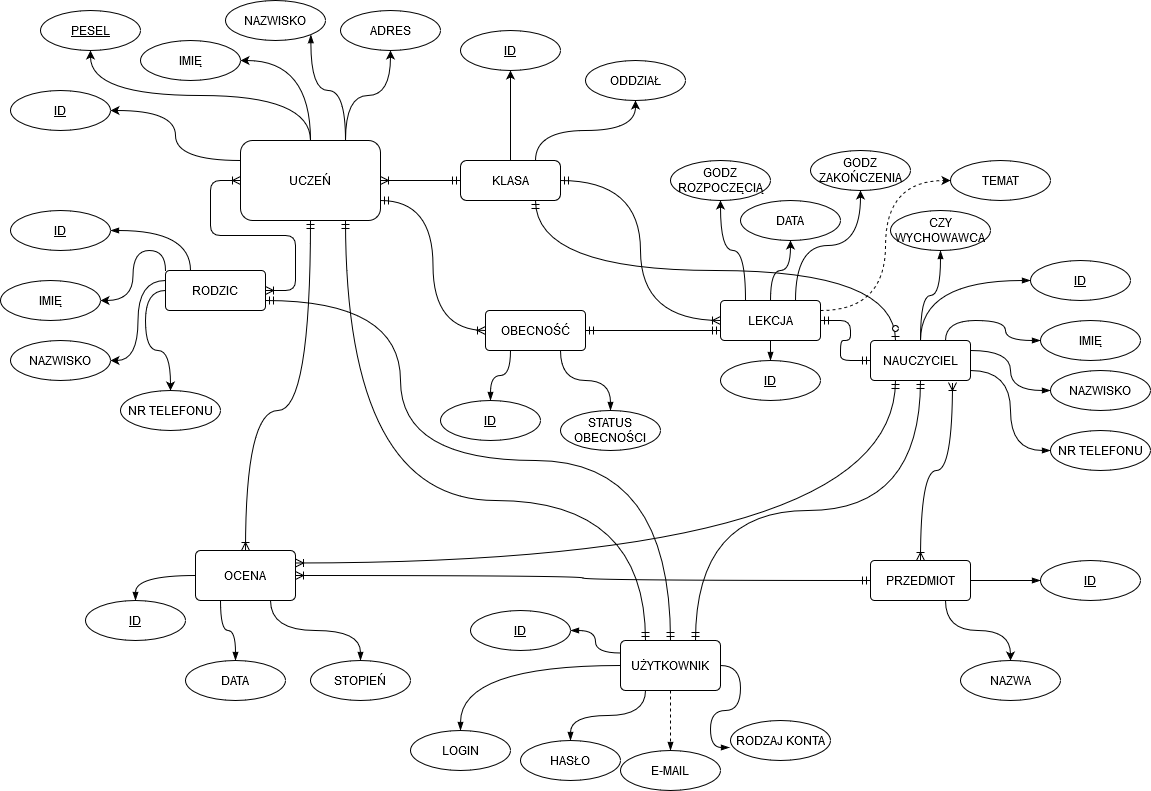
This is Modele/modele-Model Konceptualny.png from maciekpajak/BAZY_DANYCH_PROJEKT, a draw.io export, as it was before one commit. Source tidied: cells renumbered, new cells last; positions are measured from the earlier drawing's top-left corner, leaving out a move shared by most shapes.
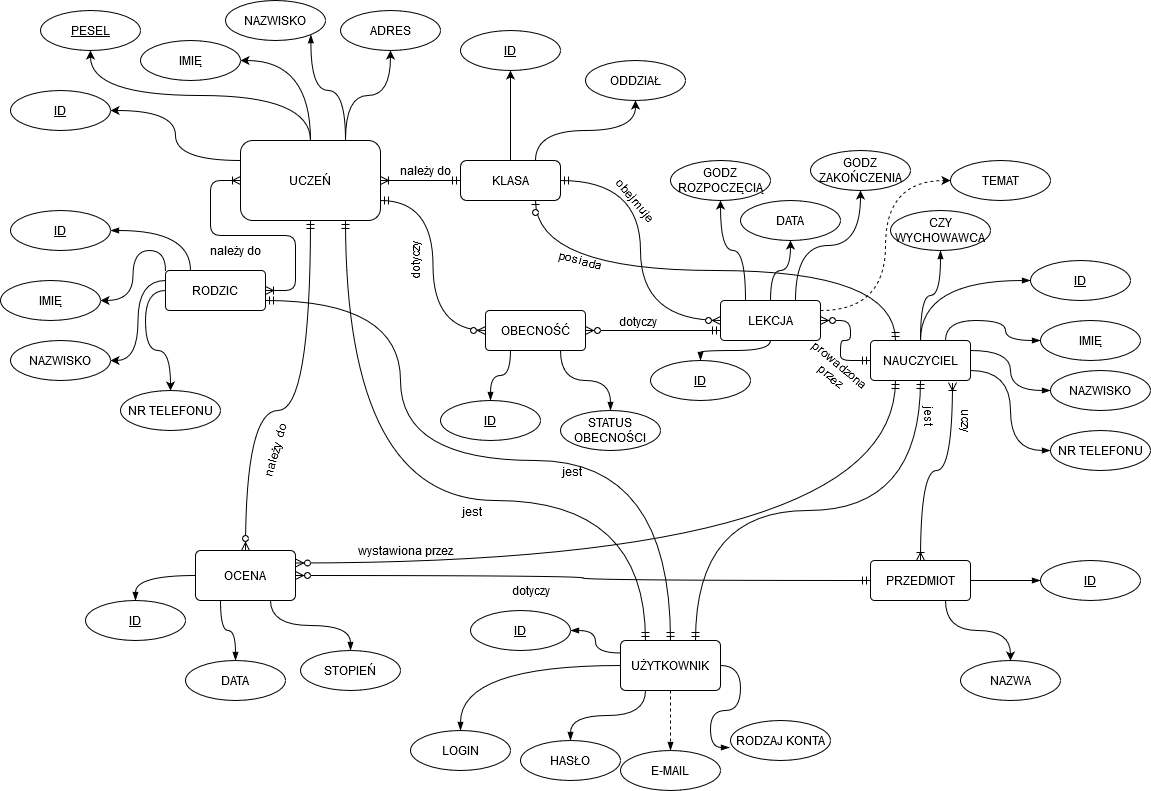
After the commit.

Diff of the diagram source:
```diff
@@ -11,10 +11,10 @@
     <mxCell id="4" style="edgeStyle=orthogonalEdgeStyle;curved=1;comic=0;jettySize=auto;html=1;exitX=0.5;exitY=0;exitDx=0;exitDy=0;entryX=1;entryY=0.5;entryDx=0;entryDy=0;shadow=0;strokeColor=#000000;" parent="1" edge="1" source="10" target="49">
       <mxGeometry relative="1" as="geometry" />
     </mxCell>
-    <mxCell id="5" style="edgeStyle=orthogonalEdgeStyle;curved=1;jettySize=auto;html=1;exitX=1;exitY=0.75;exitDx=0;exitDy=0;entryX=0;entryY=0.5;entryDx=0;entryDy=0;startArrow=ERmandOne;startFill=0;endArrow=ERoneToMany;endFill=0;" parent="1" edge="1" source="10" target="67">
+    <mxCell id="5" style="edgeStyle=orthogonalEdgeStyle;curved=1;jettySize=auto;html=1;exitX=1;exitY=0.75;exitDx=0;exitDy=0;entryX=0;entryY=0.5;entryDx=0;entryDy=0;startArrow=ERmandOne;startFill=0;endArrow=ERzeroToMany;endFill=1;" parent="1" edge="1" source="10" target="67">
       <mxGeometry relative="1" as="geometry" />
     </mxCell>
-    <mxCell id="6" style="edgeStyle=orthogonalEdgeStyle;curved=1;jettySize=auto;html=1;exitX=0.5;exitY=1;exitDx=0;exitDy=0;startArrow=ERmandOne;startFill=0;endArrow=ERoneToMany;endFill=0;entryX=0.5;entryY=0;entryDx=0;entryDy=0;" parent="1" edge="1" source="10" target="69">
+    <mxCell id="6" style="edgeStyle=orthogonalEdgeStyle;curved=1;jettySize=auto;html=1;exitX=0.5;exitY=1;exitDx=0;exitDy=0;startArrow=ERmandOne;startFill=0;endArrow=ERzeroToMany;endFill=1;entryX=0.5;entryY=0;entryDx=0;entryDy=0;" parent="1" edge="1" source="10" target="69">
       <mxGeometry relative="1" as="geometry">
         <Array as="points">
           <mxPoint x="310" y="410" />
@@ -33,6 +33,21 @@
         </Array>
       </mxGeometry>
     </mxCell>
+    <mxCell id="91" value="jest" style="edgeLabel;html=1;align=center;verticalAlign=middle;fontSize=12;" parent="8" vertex="1">
+      <mxGeometry x="-0.3" y="-3" relative="1" as="geometry">
+        <mxPoint x="128" y="38" as="offset" />
+      </mxGeometry>
+    </mxCell>
+    <mxCell id="92" value="jest" style="edgeLabel;html=1;align=center;verticalAlign=middle;fontSize=12;" parent="8" vertex="1">
+      <mxGeometry x="-0.3" y="-3" relative="1" as="geometry">
+        <mxPoint x="228" y="-2" as="offset" />
+      </mxGeometry>
+    </mxCell>
+    <mxCell id="93" value="jest" style="edgeLabel;html=1;align=center;verticalAlign=middle;fontSize=12;rotation=90;" parent="8" vertex="1">
+      <mxGeometry x="-0.3" y="-3" relative="1" as="geometry">
+        <mxPoint x="588" y="-58" as="offset" />
+      </mxGeometry>
+    </mxCell>
     <mxCell id="9" style="edgeStyle=orthogonalEdgeStyle;curved=1;jettySize=auto;html=1;exitX=0;exitY=0.25;exitDx=0;exitDy=0;entryX=1;entryY=0.5;entryDx=0;entryDy=0;" parent="1" edge="1" source="10" target="88">
       <mxGeometry relative="1" as="geometry" />
     </mxCell>
@@ -45,7 +60,7 @@
     <mxCell id="12" style="edgeStyle=orthogonalEdgeStyle;jettySize=auto;html=1;exitX=0;exitY=0.5;exitDx=0;exitDy=0;entryX=1;entryY=0.5;entryDx=0;entryDy=0;curved=1;endArrow=ERoneToMany;endFill=0;startArrow=ERmandOne;startFill=0;" parent="1" edge="1" source="15" target="10">
       <mxGeometry relative="1" as="geometry" />
     </mxCell>
-    <mxCell id="13" style="edgeStyle=orthogonalEdgeStyle;curved=1;jettySize=auto;html=1;exitX=1;exitY=0.5;exitDx=0;exitDy=0;entryX=0;entryY=0.5;entryDx=0;entryDy=0;startArrow=ERmandOne;startFill=0;endArrow=ERoneToMany;endFill=0;" parent="1" edge="1" source="15" target="36">
+    <mxCell id="13" style="edgeStyle=orthogonalEdgeStyle;curved=1;jettySize=auto;html=1;exitX=1;exitY=0.5;exitDx=0;exitDy=0;entryX=0;entryY=0.5;entryDx=0;entryDy=0;startArrow=ERmandOne;startFill=0;endArrow=ERzeroToMany;endFill=1;" parent="1" edge="1" source="15" target="36">
       <mxGeometry relative="1" as="geometry" />
     </mxCell>
     <mxCell id="14" style="edgeStyle=orthogonalEdgeStyle;jettySize=auto;html=1;exitX=0.75;exitY=0;exitDx=0;exitDy=0;entryX=0.5;entryY=1;entryDx=0;entryDy=0;curved=1;" parent="1" edge="1" source="15" target="89">
@@ -63,7 +78,7 @@
     <mxCell id="18" style="edgeStyle=orthogonalEdgeStyle;curved=1;rounded=1;comic=0;jettySize=auto;html=1;exitX=1;exitY=0.5;exitDx=0;exitDy=0;entryX=0;entryY=0.5;entryDx=0;entryDy=0;shadow=0;startArrow=none;startFill=0;endArrow=blockThin;endFill=1;strokeColor=#000000;" parent="1" edge="1" source="21" target="63">
       <mxGeometry relative="1" as="geometry" />
     </mxCell>
-    <mxCell id="19" style="edgeStyle=orthogonalEdgeStyle;curved=1;jettySize=auto;html=1;exitX=0;exitY=0.5;exitDx=0;exitDy=0;entryX=1;entryY=0.5;entryDx=0;entryDy=0;startArrow=ERmandOne;startFill=0;endArrow=ERoneToMany;endFill=0;" parent="1" edge="1" source="21" target="69">
+    <mxCell id="19" style="edgeStyle=orthogonalEdgeStyle;curved=1;jettySize=auto;html=1;exitX=0;exitY=0.5;exitDx=0;exitDy=0;entryX=1;entryY=0.5;entryDx=0;entryDy=0;startArrow=ERmandOne;startFill=0;endArrow=ERzeroToMany;endFill=1;" parent="1" edge="1" source="21" target="69">
       <mxGeometry relative="1" as="geometry" />
     </mxCell>
     <mxCell id="20" style="edgeStyle=orthogonalEdgeStyle;curved=1;jettySize=auto;html=1;exitX=0.75;exitY=1;exitDx=0;exitDy=0;entryX=0.5;entryY=0;entryDx=0;entryDy=0;" parent="1" edge="1" source="21" target="90">
@@ -87,7 +102,7 @@
     <mxCell id="26" style="edgeStyle=orthogonalEdgeStyle;curved=1;rounded=1;comic=0;jettySize=auto;html=1;exitX=0.5;exitY=0;exitDx=0;exitDy=0;entryX=0;entryY=0.5;entryDx=0;entryDy=0;shadow=0;startArrow=none;startFill=0;endArrow=blockThin;endFill=1;strokeColor=#000000;" parent="1" edge="1" source="30" target="64">
       <mxGeometry relative="1" as="geometry" />
     </mxCell>
-    <mxCell id="27" style="edgeStyle=orthogonalEdgeStyle;curved=1;jettySize=auto;html=1;exitX=0.25;exitY=1;exitDx=0;exitDy=0;startArrow=ERmandOne;startFill=0;endArrow=ERoneToMany;endFill=0;entryX=1;entryY=0.25;entryDx=0;entryDy=0;" parent="1" edge="1" source="30" target="69">
+    <mxCell id="27" style="edgeStyle=orthogonalEdgeStyle;curved=1;jettySize=auto;html=1;exitX=0.25;exitY=1;exitDx=0;exitDy=0;startArrow=ERmandOne;startFill=0;endArrow=ERzeroToMany;endFill=1;entryX=1;entryY=0.25;entryDx=0;entryDy=0;" parent="1" edge="1" source="30" target="69">
       <mxGeometry relative="1" as="geometry" />
     </mxCell>
     <mxCell id="28" style="edgeStyle=orthogonalEdgeStyle;jettySize=auto;html=1;exitX=0.5;exitY=0;exitDx=0;exitDy=0;entryX=0.5;entryY=1;entryDx=0;entryDy=0;startArrow=none;startFill=0;endArrow=blockThin;endFill=1;strokeWidth=1;curved=1;" parent="1" edge="1" source="30" target="76">
@@ -108,11 +123,16 @@
     <mxCell id="33" style="edgeStyle=orthogonalEdgeStyle;curved=1;comic=0;jettySize=auto;html=1;exitX=0.25;exitY=0;exitDx=0;exitDy=0;entryX=0.5;entryY=1;entryDx=0;entryDy=0;shadow=0;strokeColor=#000000;" parent="1" edge="1" source="36" target="53">
       <mxGeometry relative="1" as="geometry" />
     </mxCell>
-    <mxCell id="34" style="edgeStyle=orthogonalEdgeStyle;curved=1;rounded=1;comic=0;jettySize=auto;html=1;exitX=0;exitY=0.75;exitDx=0;exitDy=0;shadow=0;strokeColor=#000000;startArrow=ERmandOne;startFill=0;endArrow=ERmandOne;endFill=0;entryX=1;entryY=0.5;entryDx=0;entryDy=0;" parent="1" edge="1" source="36" target="67">
+    <mxCell id="34" style="edgeStyle=orthogonalEdgeStyle;curved=1;rounded=1;comic=0;jettySize=auto;html=1;exitX=0;exitY=0.75;exitDx=0;exitDy=0;shadow=0;strokeColor=#000000;startArrow=ERmandOne;startFill=0;endArrow=ERzeroToMany;endFill=1;entryX=1;entryY=0.5;entryDx=0;entryDy=0;" parent="1" edge="1" source="36" target="67">
       <mxGeometry relative="1" as="geometry" />
     </mxCell>
     <mxCell id="35" style="edgeStyle=orthogonalEdgeStyle;curved=1;jettySize=auto;html=1;exitX=0.5;exitY=1;exitDx=0;exitDy=0;entryX=0.5;entryY=0;entryDx=0;entryDy=0;startArrow=none;startFill=0;endArrow=blockThin;endFill=1;" parent="1" edge="1" source="36" target="70">
-      <mxGeometry relative="1" as="geometry" />
+      <mxGeometry relative="1" as="geometry">
+        <Array as="points">
+          <mxPoint x="770" y="350" />
+          <mxPoint x="700" y="350" />
+        </Array>
+      </mxGeometry>
     </mxCell>
     <mxCell id="36" value="LEKCJA" style="rounded=1;arcSize=10;whiteSpace=wrap;html=1;align=center;" parent="1" vertex="1">
       <mxGeometry x="720" y="300" width="100" height="40" as="geometry" />
@@ -141,7 +161,7 @@
     <mxCell id="42" value="RODZIC" style="rounded=1;arcSize=10;whiteSpace=wrap;html=1;align=center;" parent="1" vertex="1">
       <mxGeometry x="165" y="270" width="100" height="40" as="geometry" />
     </mxCell>
-    <mxCell id="43" style="edgeStyle=orthogonalEdgeStyle;curved=1;jettySize=auto;html=1;exitX=0.25;exitY=0;exitDx=0;exitDy=0;entryX=0.75;entryY=1;entryDx=0;entryDy=0;startArrow=ERzeroToOne;startFill=1;endArrow=ERmandOne;endFill=0;" parent="1" edge="1" source="30" target="15">
+    <mxCell id="43" style="edgeStyle=orthogonalEdgeStyle;curved=1;jettySize=auto;html=1;exitX=0.25;exitY=0;exitDx=0;exitDy=0;entryX=0.75;entryY=1;entryDx=0;entryDy=0;startArrow=ERmandOne;startFill=0;endArrow=ERzeroToOne;endFill=1;" parent="1" edge="1" source="30" target="15">
       <mxGeometry relative="1" as="geometry">
         <Array as="points">
           <mxPoint x="895" y="270" />
@@ -152,7 +172,7 @@
     <mxCell id="44" style="edgeStyle=entityRelationEdgeStyle;fontSize=12;html=1;endArrow=ERoneToMany;startArrow=ERoneToMany;shadow=0;entryX=0;entryY=0.5;entryDx=0;entryDy=0;exitX=1;exitY=0.5;exitDx=0;exitDy=0;comic=0;" parent="1" edge="1" source="42" target="10">
       <mxGeometry relative="1" as="geometry" />
     </mxCell>
-    <mxCell id="45" style="edgeStyle=entityRelationEdgeStyle;fontSize=12;html=1;endArrow=ERmandOne;startArrow=ERmandOne;shadow=0;strokeColor=#000000;exitX=1;exitY=0.5;exitDx=0;exitDy=0;entryX=0;entryY=0.5;entryDx=0;entryDy=0;" parent="1" edge="1" source="36" target="30">
+    <mxCell id="45" style="edgeStyle=entityRelationEdgeStyle;fontSize=12;html=1;endArrow=ERmandOne;startArrow=ERzeroToMany;shadow=0;strokeColor=#000000;exitX=1;exitY=0.5;exitDx=0;exitDy=0;entryX=0;entryY=0.5;entryDx=0;entryDy=0;endFill=0;startFill=1;" parent="1" edge="1" source="36" target="30">
       <mxGeometry relative="1" as="geometry" />
     </mxCell>
     <mxCell id="46" value="IMIĘ" style="ellipse;whiteSpace=wrap;html=1;align=center;rounded=0;" parent="1" vertex="1">
@@ -192,7 +212,7 @@
       <mxGeometry relative="1" as="geometry" />
     </mxCell>
     <mxCell id="58" value="STOPIEŃ" style="ellipse;whiteSpace=wrap;html=1;align=center;rounded=0;" parent="1" vertex="1">
-      <mxGeometry x="310" y="660" width="100" height="40" as="geometry" />
+      <mxGeometry x="300" y="650" width="100" height="40" as="geometry" />
     </mxCell>
     <mxCell id="59" value="DATA" style="ellipse;whiteSpace=wrap;html=1;align=center;rounded=0;" parent="1" vertex="1">
       <mxGeometry x="185" y="660" width="100" height="40" as="geometry" />
@@ -228,7 +248,7 @@
       <mxGeometry x="195" y="550" width="100" height="50" as="geometry" />
     </mxCell>
     <mxCell id="70" value="ID" style="ellipse;whiteSpace=wrap;html=1;align=center;fontStyle=4;" parent="1" vertex="1">
-      <mxGeometry x="720" y="360" width="100" height="40" as="geometry" />
+      <mxGeometry x="650" y="360" width="100" height="40" as="geometry" />
     </mxCell>
     <mxCell id="71" value="ID" style="ellipse;whiteSpace=wrap;html=1;align=center;fontStyle=4;" parent="1" vertex="1">
       <mxGeometry x="85" y="600" width="100" height="40" as="geometry" />
@@ -290,5 +310,38 @@
     <mxCell id="90" value="NAZWA" style="ellipse;whiteSpace=wrap;html=1;align=center;rounded=0;" parent="1" vertex="1">
       <mxGeometry x="960" y="660" width="100" height="40" as="geometry" />
     </mxCell>
+    <mxCell id="94" value="należy do" style="text;html=1;align=center;verticalAlign=middle;" parent="1" vertex="1">
+      <mxGeometry x="390" y="160" width="70" height="20" as="geometry" />
+    </mxCell>
+    <mxCell id="95" value="dotyczy" style="text;html=1;align=center;verticalAlign=middle;" parent="1" vertex="1">
+      <mxGeometry x="505" y="580" width="50" height="20" as="geometry" />
+    </mxCell>
+    <mxCell id="96" value="wystawiona przez" style="text;html=1;align=center;verticalAlign=middle;" parent="1" vertex="1">
+      <mxGeometry x="350" y="540" width="110" height="20" as="geometry" />
+    </mxCell>
+    <mxCell id="97" value="należy&amp;nbsp; do" style="text;html=1;align=center;verticalAlign=middle;rotation=-75;" parent="1" vertex="1">
+      <mxGeometry x="240" y="440" width="70" height="20" as="geometry" />
+    </mxCell>
+    <mxCell id="98" value="dotyczy" style="text;html=1;align=center;verticalAlign=middle;rotation=-90;" parent="1" vertex="1">
+      <mxGeometry x="390" y="250" width="50" height="20" as="geometry" />
+    </mxCell>
+    <mxCell id="99" value="obejmuje" style="text;html=1;align=center;verticalAlign=middle;rotation=50;" parent="1" vertex="1">
+      <mxGeometry x="600" y="190" width="70" height="20" as="geometry" />
+    </mxCell>
+    <mxCell id="100" value="dotyczy" style="text;html=1;align=center;verticalAlign=middle;" parent="1" vertex="1">
+      <mxGeometry x="612" y="311" width="50" height="20" as="geometry" />
+    </mxCell>
+    <mxCell id="101" value="uczy" style="text;html=1;align=center;verticalAlign=middle;fontSize=12;rotation=90;" parent="1" vertex="1">
+      <mxGeometry x="946" y="410" width="40" height="20" as="geometry" />
+    </mxCell>
+    <mxCell id="102" value="należy do" style="text;html=1;align=center;verticalAlign=middle;fontSize=12;" parent="1" vertex="1">
+      <mxGeometry x="200" y="240" width="70" height="20" as="geometry" />
+    </mxCell>
+    <mxCell id="103" value="&lt;div&gt;prowadzona&lt;/div&gt;&lt;div&gt; przez&lt;/div&gt;" style="text;html=1;align=center;verticalAlign=middle;fontSize=12;rotation=40;" parent="1" vertex="1">
+      <mxGeometry x="795" y="355" width="80" height="30" as="geometry" />
+    </mxCell>
+    <mxCell id="104" value="posiada" style="text;html=1;align=center;verticalAlign=middle;fontSize=12;rotation=15;" parent="1" vertex="1">
+      <mxGeometry x="550" y="250" width="60" height="20" as="geometry" />
+    </mxCell>
   </root>
 </mxGraphModel>
```
